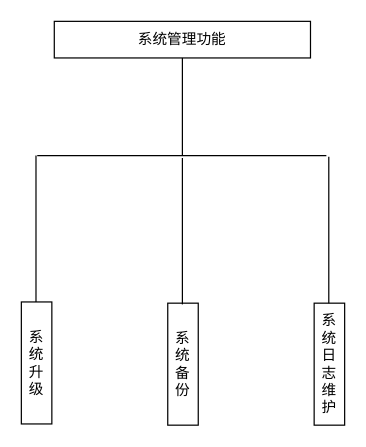
Before: 系统管理功能.drawio in creazy412/none, a draw.io diagram. Source tidied: cells renumbered, new cells numbered last; positions are measured from the earlier drawing's top-left corner, leaving out a move shared by most shapes. Both pictures are drawn from the tidied source at 122%, with x=0, y=0 at pixel (21, 21).
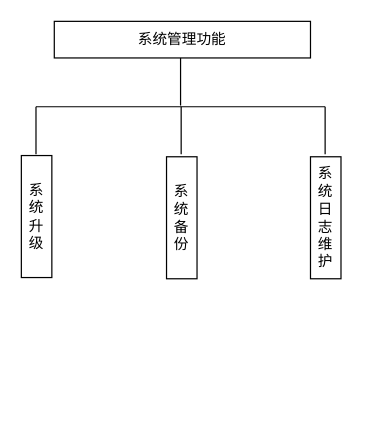
The same diagram, later.

Commit message:
更新系统管理功能.drawio

What changed in the source:
```diff
@@
 <mxGraphModel>
   <root>
     <mxCell id="0" />
     <mxCell id="1" parent="0" />
     <mxCell id="2" value="&lt;font face=&quot;宋体&quot;&gt;系统管理功能&lt;/font&gt;" style="rounded=0;whiteSpace=wrap;html=1;" parent="1" vertex="1">
       <mxGeometry x="27" width="210" height="30" as="geometry" />
     </mxCell>
-    <mxCell id="3" style="endArrow=none;html=1;rounded=0;entryX=0.5;entryY=1;entryDx=0;entryDy=0;" parent="1" edge="1" target="2">
-      <mxGeometry relative="1" as="geometry">
-        <mxPoint x="132" y="110" as="sourcePoint" />
-      </mxGeometry>
-    </mxCell>
     <mxCell id="4" value="&lt;font face=&quot;宋体&quot;&gt;系统备份&lt;/font&gt;" style="rounded=0;whiteSpace=wrap;html=1;" parent="1" vertex="1">
-      <mxGeometry x="120" y="231" width="25" height="100" as="geometry" />
+      <mxGeometry x="119" y="111" width="25" height="100" as="geometry" />
     </mxCell>
     <mxCell id="5" style="endArrow=none;html=1;rounded=0;" parent="1" edge="1">
       <mxGeometry relative="1" as="geometry">
-        <mxPoint x="13" y="110" as="sourcePoint" />
-        <mxPoint x="250" y="110" as="targetPoint" />
+        <mxPoint x="12" y="70" as="sourcePoint" />
+        <mxPoint x="249" y="70" as="targetPoint" />
       </mxGeometry>
     </mxCell>
     <mxCell id="6" value="&lt;font face=&quot;宋体&quot;&gt;系统升级&lt;/font&gt;" style="rounded=0;whiteSpace=wrap;html=1;" parent="1" vertex="1">
-      <mxGeometry y="230" width="25" height="100" as="geometry" />
+      <mxGeometry y="110" width="25" height="100" as="geometry" />
     </mxCell>
-    <mxCell id="7" style="endArrow=none;html=1;rounded=0;" parent="1" edge="1">
-      <mxGeometry relative="1" as="geometry">
-        <mxPoint x="12" y="230" as="sourcePoint" />
-        <mxPoint x="12" y="110" as="targetPoint" />
-      </mxGeometry>
-    </mxCell>
     <mxCell id="8" value="&lt;font face=&quot;宋体&quot;&gt;系统日志维护&lt;/font&gt;" style="rounded=0;whiteSpace=wrap;html=1;" parent="1" vertex="1">
-      <mxGeometry x="240" y="231" width="25" height="100" as="geometry" />
+      <mxGeometry x="237" y="111" width="25" height="100" as="geometry" />
     </mxCell>
-    <mxCell id="9" style="endArrow=none;html=1;rounded=0;" parent="1" edge="1">
-      <mxGeometry relative="1" as="geometry">
-        <mxPoint x="252" y="231" as="sourcePoint" />
-        <mxPoint x="252" y="111" as="targetPoint" />
-      </mxGeometry>
-    </mxCell>
-    <mxCell id="10" style="endArrow=none;html=1;rounded=0;" parent="1" edge="1">
-      <mxGeometry relative="1" as="geometry">
-        <mxPoint x="132" y="232" as="sourcePoint" />
-        <mxPoint x="132" y="112" as="targetPoint" />
-      </mxGeometry>
-    </mxCell>
+    <mxCell id="11" style="endArrow=none;html=1;rounded=0;" parent="1" edge="1">
+      <mxGeometry relative="1" as="geometry">
+        <mxPoint x="12" y="109" as="sourcePoint" />
+        <mxPoint x="12" y="70" as="targetPoint" />
+      </mxGeometry>
+    </mxCell>
+    <mxCell id="12" style="endArrow=none;html=1;rounded=0;" parent="1" edge="1">
+      <mxGeometry relative="1" as="geometry">
+        <mxPoint x="131" y="109" as="sourcePoint" />
+        <mxPoint x="131" y="70" as="targetPoint" />
+      </mxGeometry>
+    </mxCell>
+    <mxCell id="13" style="endArrow=none;html=1;rounded=0;" parent="1" edge="1">
+      <mxGeometry relative="1" as="geometry">
+        <mxPoint x="249" y="109" as="sourcePoint" />
+        <mxPoint x="249" y="70" as="targetPoint" />
+      </mxGeometry>
+    </mxCell>
+    <mxCell id="14" style="endArrow=none;html=1;rounded=0;" parent="1" edge="1">
+      <mxGeometry relative="1" as="geometry">
+        <mxPoint x="130.5" y="69" as="sourcePoint" />
+        <mxPoint x="130.5" y="30" as="targetPoint" />
+      </mxGeometry>
+    </mxCell>
   </root>
 </mxGraphModel>
```
